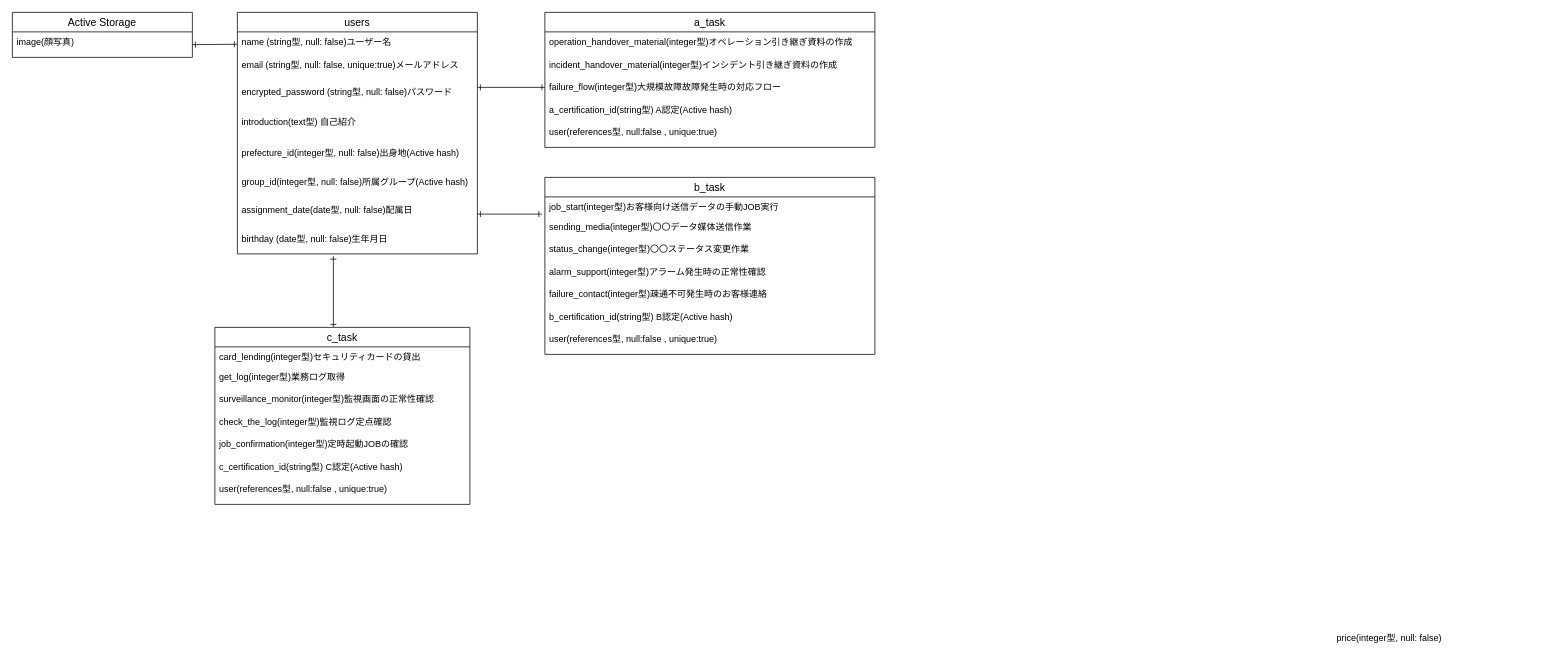
This is team.dio from kobayashi64/team-profile, a draw.io file, before an edit. Source tidied: cells renumbered, new cells numbered last; positions are measured from the earlier drawing's top-left corner, leaving out a move shared by most shapes. Both pictures are drawn from the tidied source at 75%, with x=0, y=0 at pixel (12, 12).
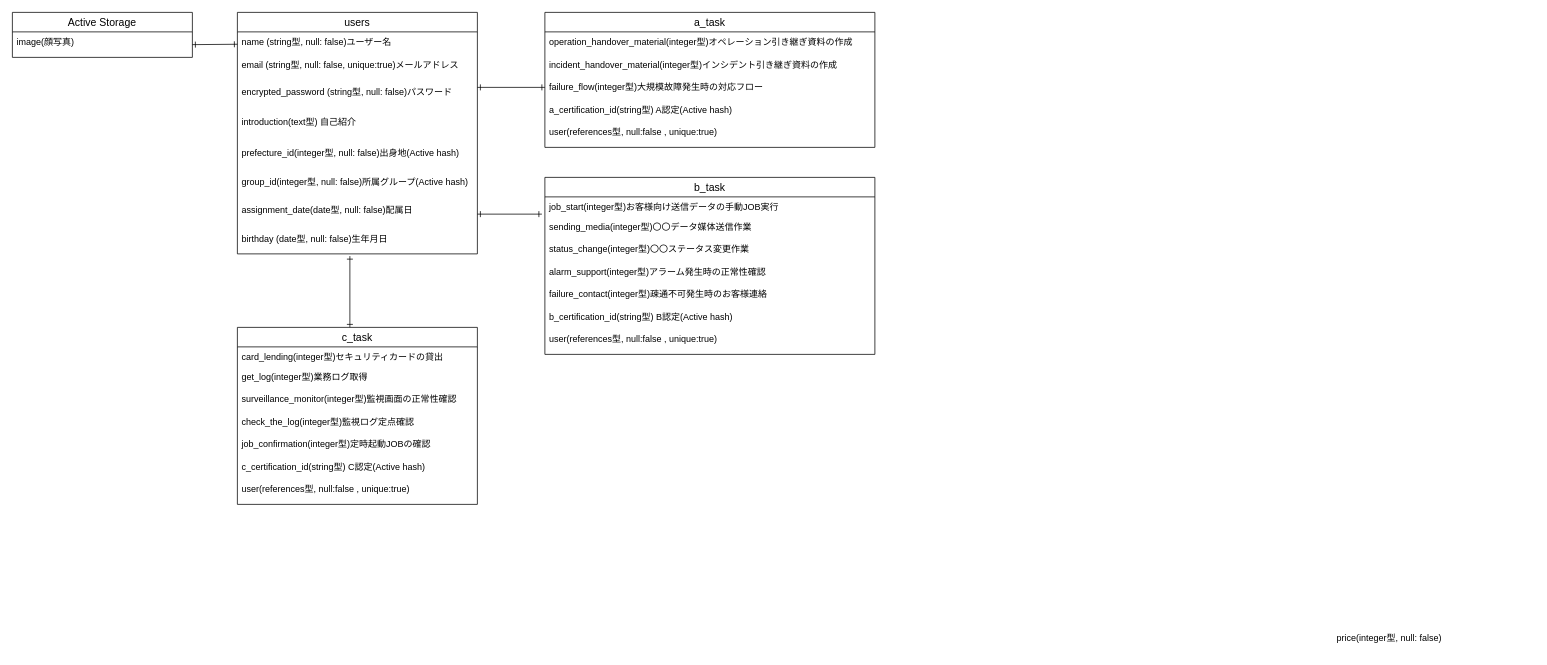
Above is the later version.

Unchanged cells that the change refers to:
```xml
<mxCell id="12" value="a_task" style="swimlane;fontStyle=0;horizontal=1;startSize=26;align=center;fontSize=14;" parent="1" vertex="1">
  <mxGeometry x="710" width="440" height="180" as="geometry" />
</mxCell>
```

Diff of the diagram source:
```diff
@@
-    <mxCell id="15" value="failure_flow(integer型)大規模故障故障発生時の対応フロー" style="text;strokeColor=none;fillColor=none;spacingLeft=4;spacingRight=4;overflow=hidden;fontSize=12;" parent="12" vertex="1">
+    <mxCell id="15" value="failure_flow(integer型)大規模故障発生時の対応フロー" style="text;strokeColor=none;fillColor=none;spacingLeft=4;spacingRight=4;overflow=hidden;fontSize=12;" parent="12" vertex="1">
       <mxGeometry y="86" width="440" height="30" as="geometry" />
     </mxCell>
@@
     <mxCell id="27" style="edgeStyle=none;html=1;startArrow=ERone;startFill=0;endArrow=ERone;endFill=0;" parent="1" edge="1">
       <mxGeometry relative="1" as="geometry">
-        <mxPoint x="428" y="325" as="sourcePoint" />
-        <mxPoint x="428" y="420" as="targetPoint" />
+        <mxPoint x="450" y="325" as="sourcePoint" />
+        <mxPoint x="450" y="420" as="targetPoint" />
       </mxGeometry>
     </mxCell>
     <mxCell id="28" value="c_task" style="swimlane;fontStyle=0;horizontal=1;startSize=26;align=center;fontSize=14;" parent="1" vertex="1">
-      <mxGeometry x="270" y="420" width="340" height="236" as="geometry" />
+      <mxGeometry x="300" y="420" width="320" height="236" as="geometry" />
     </mxCell>
     <mxCell id="29" value="card_lending(integer型)セキュリティカードの貸出" style="text;strokeColor=none;fillColor=none;spacingLeft=4;spacingRight=4;overflow=hidden;fontSize=12;" parent="28" vertex="1">
-      <mxGeometry y="26" width="340" height="26" as="geometry" />
+      <mxGeometry y="26" width="320" height="26" as="geometry" />
     </mxCell>
     <mxCell id="30" value="get_log(integer型)業務ログ取得" style="text;strokeColor=none;fillColor=none;spacingLeft=4;spacingRight=4;overflow=hidden;fontSize=12;" parent="28" vertex="1">
-      <mxGeometry y="52" width="340" height="30" as="geometry" />
+      <mxGeometry y="52" width="320" height="30" as="geometry" />
     </mxCell>
     <mxCell id="31" value="surveillance_monitor(integer型)監視画面の正常性確認" style="text;strokeColor=none;fillColor=none;spacingLeft=4;spacingRight=4;overflow=hidden;fontSize=12;" parent="28" vertex="1">
-      <mxGeometry y="82" width="340" height="30" as="geometry" />
+      <mxGeometry y="82" width="320" height="30" as="geometry" />
     </mxCell>
     <mxCell id="32" value="check_the_log(integer型)監視ログ定点確認" style="text;strokeColor=none;fillColor=none;spacingLeft=4;spacingRight=4;overflow=hidden;fontSize=12;" parent="28" vertex="1">
-      <mxGeometry y="112" width="340" height="30" as="geometry" />
+      <mxGeometry y="112" width="320" height="30" as="geometry" />
     </mxCell>
     <mxCell id="33" value="job_confirmation(integer型)定時起動JOBの確認" style="text;strokeColor=none;fillColor=none;spacingLeft=4;spacingRight=4;overflow=hidden;fontSize=12;" parent="28" vertex="1">
-      <mxGeometry y="142" width="340" height="30" as="geometry" />
+      <mxGeometry y="142" width="320" height="30" as="geometry" />
     </mxCell>
     <mxCell id="34" value="c_certification_id(string型) C認定(Active hash)" style="text;strokeColor=none;fillColor=none;spacingLeft=4;spacingRight=4;overflow=hidden;fontSize=12;" parent="28" vertex="1">
-      <mxGeometry y="172" width="340" height="30" as="geometry" />
+      <mxGeometry y="172" width="320" height="30" as="geometry" />
     </mxCell>
     <mxCell id="35" value="user(references型, null:false , unique:true)" style="text;strokeColor=none;fillColor=none;spacingLeft=4;spacingRight=4;overflow=hidden;fontSize=12;" parent="28" vertex="1">
-      <mxGeometry y="202" width="340" height="34" as="geometry" />
+      <mxGeometry y="202" width="320" height="34" as="geometry" />
     </mxCell>
```
